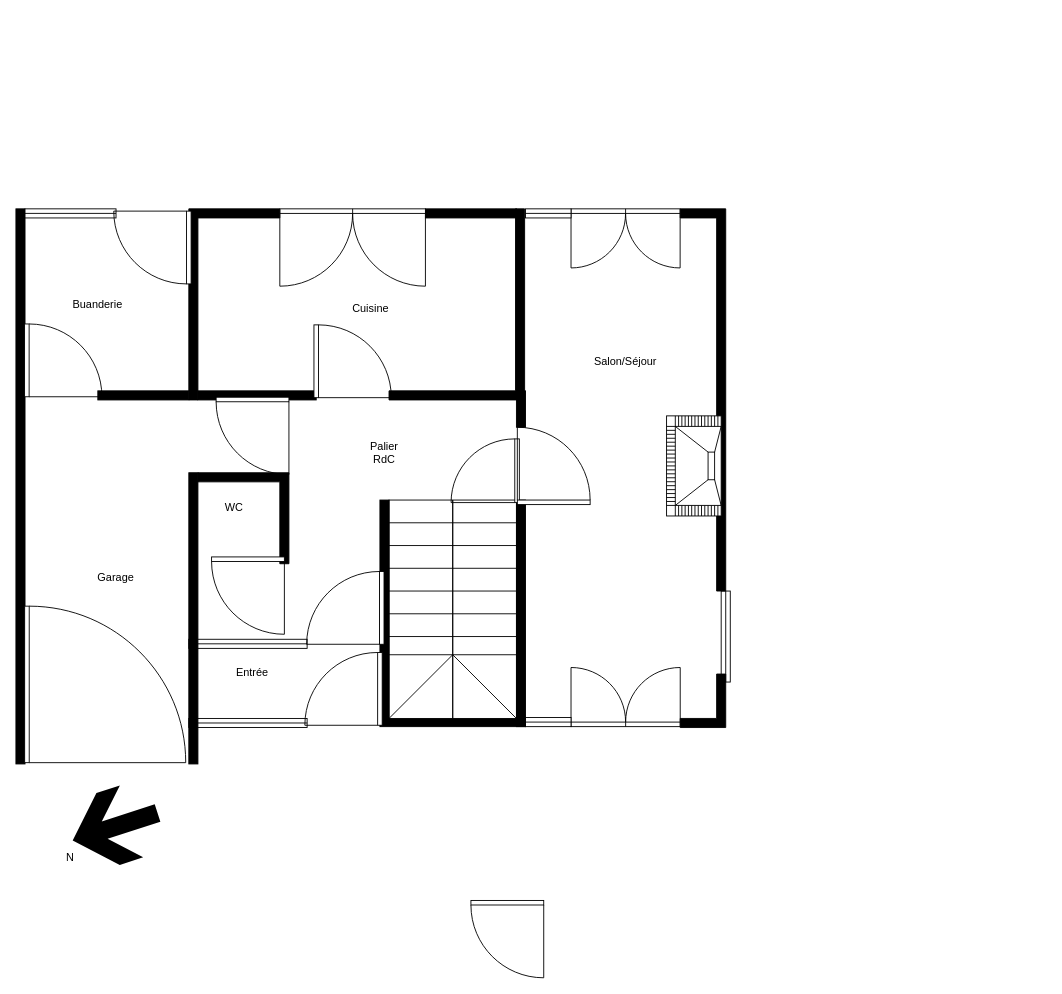
Before: doc/Rdc.drawio in pledou/RenovationElectrique, a draw.io diagram. Source tidied: cells renumbered, new cells numbered last; positions are measured from the earlier drawing's top-left corner, leaving out a move shared by most shapes. Both pictures are drawn from the tidied source at 91%, with x=0, y=0 at pixel (15, 208).
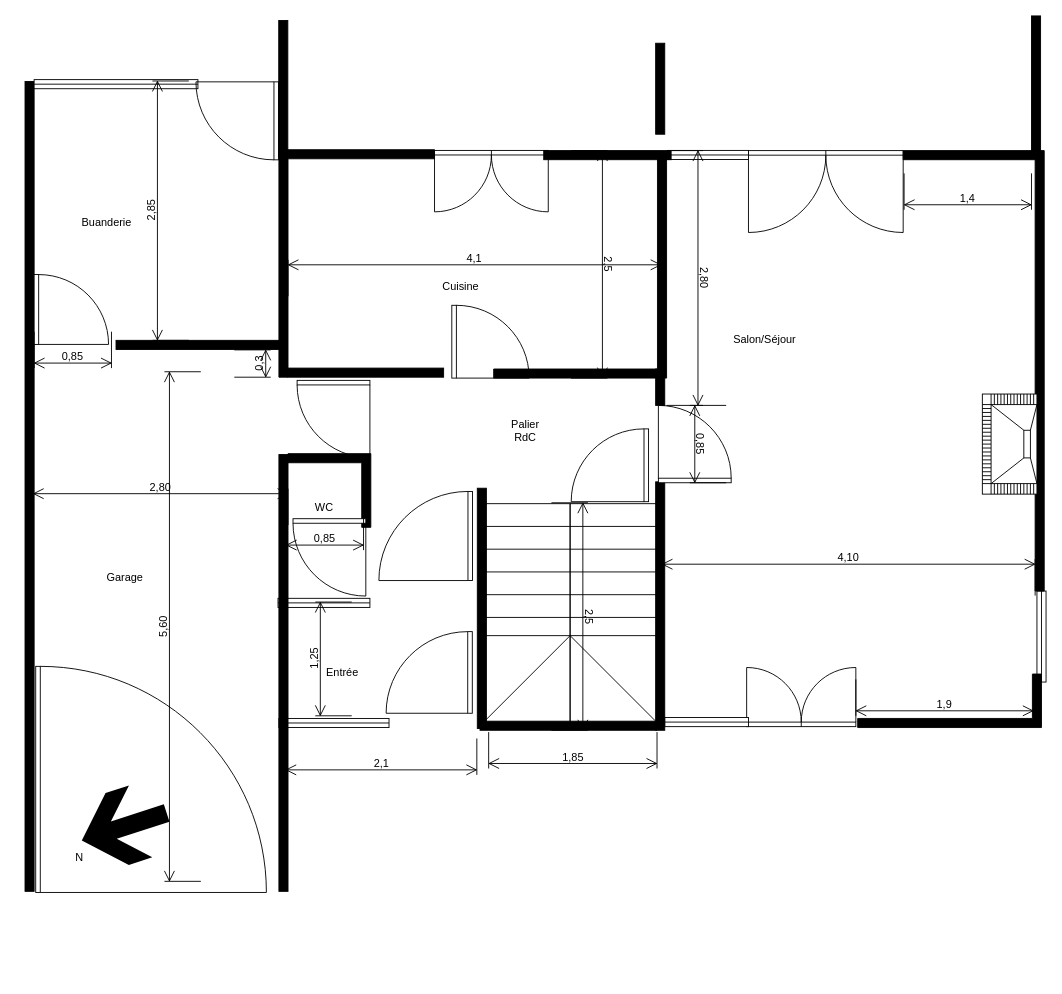
The same page after the edit.

Commit message (it also covers changes not shown here):
Mise à l'échelle finie

What changed in the source:
```diff
@@
+    <mxCell id="4" style="verticalLabelPosition=bottom;html=1;verticalAlign=top;align=center;shape=mxgraph.floorplan.stairsRest;rotation=90;" parent="1" vertex="1">
+      <mxGeometry x="487.5" y="347.5" width="243" height="196" as="geometry" />
+    </mxCell>
     <mxCell id="2" style="verticalLabelPosition=bottom;html=1;verticalAlign=top;align=center;shape=mxgraph.floorplan.wall;fillColor=strokeColor;" parent="1" vertex="1">
-      <mxGeometry x="400" y="559" width="160" height="10" as="geometry" />
+      <mxGeometry x="510" y="563" width="194" height="10" as="geometry" />
     </mxCell>
-    <mxCell id="3" style="verticalLabelPosition=bottom;html=1;verticalAlign=top;align=center;shape=mxgraph.floorplan.doorRight;" parent="1" vertex="1">
-      <mxGeometry x="500" y="760" width="80" height="85" as="geometry" />
-    </mxCell>
-    <mxCell id="4" style="verticalLabelPosition=bottom;html=1;verticalAlign=top;align=center;shape=mxgraph.floorplan.stairsRest;rotation=90;" parent="1" vertex="1">
-      <mxGeometry x="360" y="370" width="240" height="140" as="geometry" />
-    </mxCell>
     <mxCell id="5" style="verticalLabelPosition=bottom;html=1;verticalAlign=top;align=center;shape=mxgraph.floorplan.doorDouble;" parent="1" vertex="1">
-      <mxGeometry x="290" width="160" height="85" as="geometry" />
+      <mxGeometry x="460" y="-64.2" width="125" height="66.4" as="geometry" />
     </mxCell>
     <mxCell id="6" style="verticalLabelPosition=bottom;html=1;verticalAlign=top;align=center;shape=mxgraph.floorplan.doorDouble;" parent="1" vertex="1">
-      <mxGeometry x="610" width="119.9" height="63.7" as="geometry" />
+      <mxGeometry x="805" y="-64" width="170" height="90.3" as="geometry" />
     </mxCell>
     <mxCell id="7" style="verticalLabelPosition=bottom;html=1;verticalAlign=top;align=center;shape=mxgraph.floorplan.window;" parent="1" vertex="1">
-      <mxGeometry x="560" width="50" height="10" as="geometry" />
+      <mxGeometry x="716.1" y="-64.2" width="88.9" height="10" as="geometry" />
     </mxCell>
     <mxCell id="8" style="verticalLabelPosition=bottom;html=1;verticalAlign=top;align=center;shape=mxgraph.floorplan.window;rotation=90;" parent="1" vertex="1">
-      <mxGeometry x="730" y="465" width="100" height="10" as="geometry" />
+      <mxGeometry x="1077" y="465" width="100" height="10" as="geometry" />
     </mxCell>
     <mxCell id="9" style="verticalLabelPosition=bottom;html=1;verticalAlign=top;align=center;shape=mxgraph.floorplan.doorDouble;rotation=-180;" parent="1" vertex="1">
-      <mxGeometry x="610" y="505.2" width="120" height="63.8" as="geometry" />
+      <mxGeometry x="803" y="505.2" width="120" height="63.8" as="geometry" />
     </mxCell>
     <mxCell id="10" style="verticalLabelPosition=bottom;html=1;verticalAlign=top;align=center;shape=mxgraph.floorplan.window;rotation=0;" parent="1" vertex="1">
-      <mxGeometry x="560" y="559" width="50" height="10" as="geometry" />
+      <mxGeometry x="713" y="559" width="92" height="10" as="geometry" />
     </mxCell>
     <mxCell id="11" style="verticalLabelPosition=bottom;html=1;verticalAlign=top;align=center;shape=mxgraph.floorplan.wallCorner;fillColor=strokeColor;" parent="1" vertex="1">
-      <mxGeometry x="190" width="100" height="210" as="geometry" />
+      <mxGeometry x="289" y="-65" width="171" height="250" as="geometry" />
     </mxCell>
     <mxCell id="12" style="verticalLabelPosition=bottom;html=1;verticalAlign=top;align=center;shape=mxgraph.floorplan.wallCorner;fillColor=strokeColor;direction=south;" parent="1" vertex="1">
-      <mxGeometry x="730" width="50" height="420" as="geometry" />
+      <mxGeometry x="975" y="-64" width="155" height="484" as="geometry" />
     </mxCell>
     <mxCell id="13" style="verticalLabelPosition=bottom;html=1;verticalAlign=top;align=center;shape=mxgraph.floorplan.wallCorner;fillColor=strokeColor;direction=west;" parent="1" vertex="1">
-      <mxGeometry x="730" y="511.2" width="50" height="58.8" as="geometry" />
+      <mxGeometry x="925" y="511.2" width="202" height="58.8" as="geometry" />
     </mxCell>
     <mxCell id="14" style="verticalLabelPosition=bottom;html=1;verticalAlign=top;align=center;shape=mxgraph.floorplan.wall;fillColor=strokeColor;direction=south;" parent="1" vertex="1">
-      <mxGeometry x="550" y="320" width="10" height="249" as="geometry" />
+      <mxGeometry x="703" y="300" width="10" height="273" as="geometry" />
     </mxCell>
     <mxCell id="15" style="verticalLabelPosition=bottom;html=1;verticalAlign=top;align=center;shape=mxgraph.floorplan.wallCorner;fillColor=strokeColor;direction=west;" parent="1" vertex="1">
-      <mxGeometry x="410" width="149" height="210" as="geometry" />
+      <mxGeometry x="525" y="-56" width="190" height="242" as="geometry" />
     </mxCell>
     <mxCell id="16" style="verticalLabelPosition=bottom;html=1;verticalAlign=top;align=center;shape=mxgraph.floorplan.wall;fillColor=strokeColor;" parent="1" vertex="1">
-      <mxGeometry x="450" width="100" height="10" as="geometry" />
+      <mxGeometry x="580" y="-64" width="140" height="10" as="geometry" />
     </mxCell>
     <mxCell id="17" style="verticalLabelPosition=bottom;html=1;verticalAlign=top;align=center;shape=mxgraph.floorplan.wall;fillColor=strokeColor;direction=south;" parent="1" vertex="1">
-      <mxGeometry x="550" y="200" width="10" height="40" as="geometry" />
+      <mxGeometry x="703" y="176" width="10" height="40" as="geometry" />
     </mxCell>
     <mxCell id="18" style="verticalLabelPosition=bottom;html=1;verticalAlign=top;align=center;shape=mxgraph.floorplan.wall;fillColor=strokeColor;direction=south;" parent="1" vertex="1">
-      <mxGeometry x="400" y="320" width="10" height="240" as="geometry" />
+      <mxGeometry x="507" y="307" width="10" height="264" as="geometry" />
     </mxCell>
     <mxCell id="19" style="verticalLabelPosition=bottom;html=1;verticalAlign=top;align=center;shape=mxgraph.floorplan.wall;fillColor=strokeColor;" parent="1" vertex="1">
-      <mxGeometry x="200" y="200" width="130" height="10" as="geometry" />
+      <mxGeometry x="299" y="175" width="171" height="10" as="geometry" />
     </mxCell>
     <mxCell id="20" style="verticalLabelPosition=bottom;html=1;verticalAlign=top;align=center;shape=mxgraph.floorplan.doorLeft;rotation=-90;" parent="1" vertex="1">
-      <mxGeometry x="330" y="125" width="80" height="85" as="geometry" />
+      <mxGeometry x="481.5" y="103.5" width="80" height="85" as="geometry" />
     </mxCell>
     <mxCell id="21" style="verticalLabelPosition=bottom;html=1;verticalAlign=top;align=center;shape=mxgraph.floorplan.window;" parent="1" vertex="1">
-      <mxGeometry x="190" y="560" width="130" height="10" as="geometry" />
+      <mxGeometry x="289" y="560" width="121" height="10" as="geometry" />
     </mxCell>
     <mxCell id="22" style="verticalLabelPosition=bottom;html=1;verticalAlign=top;align=center;shape=mxgraph.floorplan.doorRight;rotation=90;" parent="1" vertex="1">
-      <mxGeometry x="320" y="485" width="80" height="85" as="geometry" />
+      <mxGeometry x="409" y="461.8" width="89.7" height="95.3" as="geometry" />
     </mxCell>
     <mxCell id="23" style="verticalLabelPosition=bottom;html=1;verticalAlign=top;align=center;shape=mxgraph.floorplan.window;" parent="1" vertex="1">
-      <mxGeometry x="190" y="473" width="130" height="10" as="geometry" />
+      <mxGeometry x="288" y="428" width="101" height="10" as="geometry" />
     </mxCell>
     <mxCell id="24" style="verticalLabelPosition=bottom;html=1;verticalAlign=top;align=center;shape=mxgraph.floorplan.doorRight;rotation=90;" parent="1" vertex="1">
-      <mxGeometry x="322" y="396" width="80" height="85" as="geometry" />
+      <mxGeometry x="400.8" y="307.5" width="97.9" height="104" as="geometry" />
     </mxCell>
     <mxCell id="25" style="verticalLabelPosition=bottom;html=1;verticalAlign=top;align=center;shape=mxgraph.floorplan.wall;fillColor=strokeColor;direction=south;" parent="1" vertex="1">
-      <mxGeometry x="190" y="290" width="10" height="320" as="geometry" />
+      <mxGeometry x="289" y="270" width="10" height="480" as="geometry" />
     </mxCell>
     <mxCell id="26" style="verticalLabelPosition=bottom;html=1;verticalAlign=top;align=center;shape=mxgraph.floorplan.wallCorner;fillColor=strokeColor;direction=south;" parent="1" vertex="1">
-      <mxGeometry x="200" y="290" width="100" height="100" as="geometry" />
+      <mxGeometry x="299" y="269" width="91" height="81" as="geometry" />
     </mxCell>
     <mxCell id="27" style="verticalLabelPosition=bottom;html=1;verticalAlign=top;align=center;shape=mxgraph.floorplan.doorRight;rotation=0;" parent="1" vertex="1">
-      <mxGeometry x="215" y="382.5" width="80" height="85" as="geometry" />
+      <mxGeometry x="304.5" y="340.5" width="80" height="85" as="geometry" />
     </mxCell>
     <mxCell id="28" style="verticalLabelPosition=bottom;html=1;verticalAlign=top;align=center;shape=mxgraph.floorplan.doorRight;rotation=0;" parent="1" vertex="1">
-      <mxGeometry x="220" y="207" width="80" height="85" as="geometry" />
+      <mxGeometry x="309" y="188.5" width="80" height="85" as="geometry" />
     </mxCell>
     <mxCell id="29" style="verticalLabelPosition=bottom;html=1;verticalAlign=top;align=center;shape=mxgraph.floorplan.fireplace;rotation=-90;" parent="1" vertex="1">
-      <mxGeometry x="690" y="252.5" width="110" height="60" as="geometry" />
+      <mxGeometry x="1037" y="228.5" width="110" height="60" as="geometry" />
     </mxCell>
     <mxCell id="30" style="verticalLabelPosition=bottom;html=1;verticalAlign=top;align=center;shape=mxgraph.floorplan.wall;fillColor=strokeColor;" parent="1" vertex="1">
-      <mxGeometry x="90" y="200" width="100" height="10" as="geometry" />
+      <mxGeometry x="110" y="144.5" width="186.5" height="10" as="geometry" />
     </mxCell>
     <mxCell id="31" style="verticalLabelPosition=bottom;html=1;verticalAlign=top;align=center;shape=mxgraph.floorplan.wall;fillColor=strokeColor;direction=south;" parent="1" vertex="1">
-      <mxGeometry width="10" height="610" as="geometry" />
+      <mxGeometry x="10" y="-140" width="10" height="890" as="geometry" />
     </mxCell>
     <mxCell id="32" style="verticalLabelPosition=bottom;html=1;verticalAlign=top;align=center;shape=mxgraph.floorplan.doorLeft;rotation=-90;" parent="1" vertex="1">
-      <mxGeometry x="12" y="124" width="80" height="85" as="geometry" />
+      <mxGeometry x="22.4" y="69.8" width="76.8" height="81.6" as="geometry" />
     </mxCell>
     <mxCell id="33" style="verticalLabelPosition=bottom;html=1;verticalAlign=top;align=center;shape=mxgraph.floorplan.window;" parent="1" vertex="1">
-      <mxGeometry x="10" width="100" height="10" as="geometry" />
+      <mxGeometry x="20" y="-142" width="180" height="10" as="geometry" />
     </mxCell>
     <mxCell id="34" style="verticalLabelPosition=bottom;html=1;verticalAlign=top;align=center;shape=mxgraph.floorplan.doorLeft;rotation=90;" parent="1" vertex="1">
-      <mxGeometry x="110" width="80" height="85" as="geometry" />
+      <mxGeometry x="200.2" y="-142.2" width="85.7" height="91" as="geometry" />
     </mxCell>
     <mxCell id="35" style="verticalLabelPosition=bottom;html=1;verticalAlign=top;align=center;shape=mxgraph.floorplan.doorLeft;rotation=-90;" parent="1" vertex="1">
-      <mxGeometry x="15" y="431.2" width="172" height="182.8" as="geometry" />
+      <mxGeometry x="29.5" y="495" width="248.5" height="264" as="geometry" />
     </mxCell>
     <mxCell id="36" style="verticalLabelPosition=bottom;html=1;verticalAlign=top;align=center;shape=mxgraph.floorplan.doorRight;rotation=90;" parent="1" vertex="1">
-      <mxGeometry x="481" y="250.6" width="70" height="74.4" as="geometry" />
+      <mxGeometry x="612.7" y="239.3" width="80" height="85" as="geometry" />
     </mxCell>
     <mxCell id="37" style="verticalLabelPosition=bottom;html=1;verticalAlign=top;align=center;shape=mxgraph.floorplan.doorRight;rotation=-180;" parent="1" vertex="1">
-      <mxGeometry x="551" y="240" width="80" height="85" as="geometry" />
+      <mxGeometry x="706" y="216" width="80" height="85" as="geometry" />
     </mxCell>
     <mxCell id="38" value="Salon/Séjour" style="text;html=1;align=center;verticalAlign=middle;whiteSpace=wrap;rounded=0;" parent="1" vertex="1">
-      <mxGeometry x="640" y="152.5" width="60" height="30" as="geometry" />
+      <mxGeometry x="793" y="128.5" width="60" height="30" as="geometry" />
     </mxCell>
     <mxCell id="39" value="Cuisine" style="text;html=1;align=center;verticalAlign=middle;whiteSpace=wrap;rounded=0;" parent="1" vertex="1">
-      <mxGeometry x="360" y="95" width="60" height="30" as="geometry" />
+      <mxGeometry x="459" y="71" width="60" height="30" as="geometry" />
     </mxCell>
     <mxCell id="40" value="WC" style="text;html=1;align=center;verticalAlign=middle;whiteSpace=wrap;rounded=0;" parent="1" vertex="1">
-      <mxGeometry x="210" y="312.5" width="60" height="30" as="geometry" />
+      <mxGeometry x="309" y="312.5" width="60" height="30" as="geometry" />
     </mxCell>
     <mxCell id="41" value="Palier RdC" style="text;html=1;align=center;verticalAlign=middle;whiteSpace=wrap;rounded=0;" parent="1" vertex="1">
-      <mxGeometry x="375" y="252.5" width="60" height="30" as="geometry" />
+      <mxGeometry x="530" y="228.5" width="60" height="30" as="geometry" />
     </mxCell>
     <mxCell id="42" value="Entrée" style="text;html=1;align=center;verticalAlign=middle;whiteSpace=wrap;rounded=0;" parent="1" vertex="1">
-      <mxGeometry x="230" y="495" width="60" height="30" as="geometry" />
+      <mxGeometry x="329" y="495" width="60" height="30" as="geometry" />
     </mxCell>
     <mxCell id="43" value="Garage" style="text;html=1;align=center;verticalAlign=middle;whiteSpace=wrap;rounded=0;" parent="1" vertex="1">
-      <mxGeometry x="80" y="390" width="60" height="30" as="geometry" />
+      <mxGeometry x="90" y="390" width="60" height="30" as="geometry" />
     </mxCell>
     <mxCell id="44" value="Buanderie" style="text;html=1;align=center;verticalAlign=middle;whiteSpace=wrap;rounded=0;" parent="1" vertex="1">
-      <mxGeometry x="60" y="90" width="60" height="30" as="geometry" />
+      <mxGeometry x="70" width="60" height="30" as="geometry" />
     </mxCell>
     <mxCell id="45" style="shape=mxgraph.signs.travel.arrow_north;html=1;fillColor=#000000;strokeColor=none;verticalLabelPosition=bottom;verticalAlign=top;align=center;rotation=-108;" parent="1" vertex="1">
-      <mxGeometry x="67.5" y="630" width="83" height="98" as="geometry" />
+      <mxGeometry x="77.5" y="630" width="83" height="98" as="geometry" />
     </mxCell>
     <mxCell id="46" value="N" style="text;html=1;align=center;verticalAlign=middle;whiteSpace=wrap;rounded=0;" parent="1" vertex="1">
-      <mxGeometry x="29.5" y="698" width="60" height="30" as="geometry" />
+      <mxGeometry x="39.5" y="698" width="60" height="30" as="geometry" />
     </mxCell>
+    <mxCell id="47" value="2,1" style="shape=dimension;whiteSpace=wrap;html=1;align=center;verticalAlign=bottom;spacingBottom=3;labelBackgroundColor=none;" parent="1" vertex="1">
+      <mxGeometry x="296.5" y="582" width="210" height="40" as="geometry" />
+    </mxCell>
+    <mxCell id="48" value="1,85" style="shape=dimension;whiteSpace=wrap;html=1;align=center;verticalAlign=bottom;spacingBottom=3;labelBackgroundColor=none;" parent="1" vertex="1">
+      <mxGeometry x="519.5" y="575" width="185" height="40" as="geometry" />
+    </mxCell>
+    <mxCell id="49" value="2,5" style="shape=dimension;direction=west;whiteSpace=wrap;html=1;align=center;verticalAlign=top;spacingTop=-15;labelBackgroundColor=none;rotation=90;" parent="1" vertex="1">
+      <mxGeometry x="483.5" y="428" width="250" height="40" as="geometry" />
+    </mxCell>
+    <mxCell id="50" value="4,10" style="shape=dimension;direction=west;whiteSpace=wrap;html=1;align=center;verticalAlign=top;spacingTop=-15;labelBackgroundColor=none;" parent="1" vertex="1">
+      <mxGeometry x="710" y="385" width="410" height="40" as="geometry" />
+    </mxCell>
+    <mxCell id="51" value="1,4" style="shape=dimension;whiteSpace=wrap;html=1;align=center;verticalAlign=bottom;spacingBottom=3;labelBackgroundColor=none;" parent="1" vertex="1">
+      <mxGeometry x="976" y="-39" width="140" height="40" as="geometry" />
+    </mxCell>
+    <mxCell id="52" value="2,80" style="shape=dimension;direction=west;whiteSpace=wrap;html=1;align=center;verticalAlign=top;spacingTop=-15;labelBackgroundColor=none;" parent="1" vertex="1">
+      <mxGeometry x="19" y="307.5" width="280" height="40" as="geometry" />
+    </mxCell>
+    <mxCell id="53" value="1,9" style="shape=dimension;whiteSpace=wrap;html=1;align=center;verticalAlign=bottom;spacingBottom=3;labelBackgroundColor=none;" parent="1" vertex="1">
+      <mxGeometry x="923" y="517.1" width="195" height="40" as="geometry" />
+    </mxCell>
+    <mxCell id="54" value="2,80" style="shape=dimension;direction=west;whiteSpace=wrap;html=1;align=center;verticalAlign=top;spacingTop=-15;labelBackgroundColor=none;rotation=90;" parent="1" vertex="1">
+      <mxGeometry x="595" y="56" width="280" height="40" as="geometry" />
+    </mxCell>
+    <mxCell id="55" value="2,5" style="shape=dimension;direction=west;whiteSpace=wrap;html=1;align=center;verticalAlign=top;spacingTop=-15;labelBackgroundColor=none;rotation=90;" parent="1" vertex="1">
+      <mxGeometry x="505" y="41" width="250" height="40" as="geometry" />
+    </mxCell>
+    <mxCell id="56" value="0,85" style="shape=dimension;whiteSpace=wrap;html=1;align=center;verticalAlign=bottom;spacingBottom=3;labelBackgroundColor=none;" parent="1" vertex="1">
+      <mxGeometry x="20" y="135" width="85" height="40" as="geometry" />
+    </mxCell>
+    <mxCell id="57" value="5,60" style="shape=dimension;direction=south;whiteSpace=wrap;html=1;align=center;verticalAlign=top;labelBackgroundColor=none;horizontal=0;spacingTop=-15;" parent="1" vertex="1">
+      <mxGeometry x="163.2" y="179" width="40" height="560" as="geometry" />
+    </mxCell>
+    <mxCell id="58" value="0,3" style="shape=dimension;direction=north;whiteSpace=wrap;html=1;align=center;verticalAlign=bottom;labelBackgroundColor=none;horizontal=0;spacingBottom=3;" parent="1" vertex="1">
+      <mxGeometry x="240" y="155" width="40" height="30" as="geometry" />
+    </mxCell>
+    <mxCell id="59" value="2,85&lt;div&gt;&lt;br&gt;&lt;/div&gt;" style="shape=dimension;direction=south;whiteSpace=wrap;html=1;align=center;verticalAlign=top;labelBackgroundColor=none;horizontal=0;spacingTop=-15;" parent="1" vertex="1">
+      <mxGeometry x="150" y="-140.5" width="40" height="285" as="geometry" />
+    </mxCell>
+    <mxCell id="60" value="0,85" style="shape=dimension;whiteSpace=wrap;html=1;align=center;verticalAlign=bottom;spacingBottom=3;labelBackgroundColor=none;" parent="1" vertex="1">
+      <mxGeometry x="297" y="335" width="85" height="40" as="geometry" />
+    </mxCell>
+    <mxCell id="61" value="1,25" style="shape=dimension;direction=south;whiteSpace=wrap;html=1;align=center;verticalAlign=top;labelBackgroundColor=none;horizontal=0;spacingTop=-15;" parent="1" vertex="1">
+      <mxGeometry x="329" y="432.1" width="40" height="125" as="geometry" />
+    </mxCell>
+    <mxCell id="62" value="0,85" style="shape=dimension;whiteSpace=wrap;html=1;align=center;verticalAlign=bottom;spacingBottom=3;labelBackgroundColor=none;rotation=90;" parent="1" vertex="1">
+      <mxGeometry x="718" y="238.5" width="85" height="40" as="geometry" />
+    </mxCell>
+    <mxCell id="63" value="4,1" style="shape=dimension;direction=west;whiteSpace=wrap;html=1;align=center;verticalAlign=top;spacingTop=-15;labelBackgroundColor=none;" parent="1" vertex="1">
+      <mxGeometry x="299" y="56" width="410" height="40" as="geometry" />
+    </mxCell>
+    <mxCell id="64" style="verticalLabelPosition=bottom;html=1;verticalAlign=top;align=center;shape=mxgraph.floorplan.wall;fillColor=strokeColor;direction=south;" parent="1" vertex="1">
+      <mxGeometry x="288.8" y="-207" width="10" height="150" as="geometry" />
+    </mxCell>
+    <mxCell id="65" style="verticalLabelPosition=bottom;html=1;verticalAlign=top;align=center;shape=mxgraph.floorplan.wall;fillColor=strokeColor;direction=south;" parent="1" vertex="1">
+      <mxGeometry x="1116" y="-212" width="10" height="150" as="geometry" />
+    </mxCell>
+    <mxCell id="66" style="verticalLabelPosition=bottom;html=1;verticalAlign=top;align=center;shape=mxgraph.floorplan.wall;fillColor=strokeColor;direction=south;" parent="1" vertex="1">
+      <mxGeometry x="703" y="-182" width="10" height="100" as="geometry" />
+    </mxCell>
```
